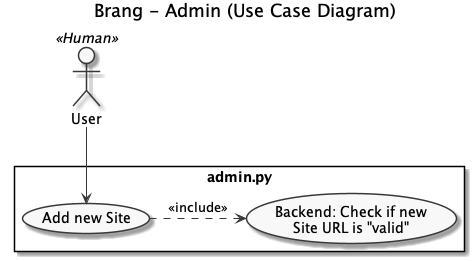
Above: docs/images/use_case_diagram_human.png in DirkSchaefer/brang (PlantUML), before the change. The source it was exported from:
```plantuml
@startuml
title Brang - Admin (Use Case Diagram)
skinparam monochrome true

actor User <<Human>>

rectangle admin.py {
User --> (Add new Site)
(Add new Site) .right.> (Backend: Check if new \nSite URL is "valid") : <<include>>
}
@enduml
```
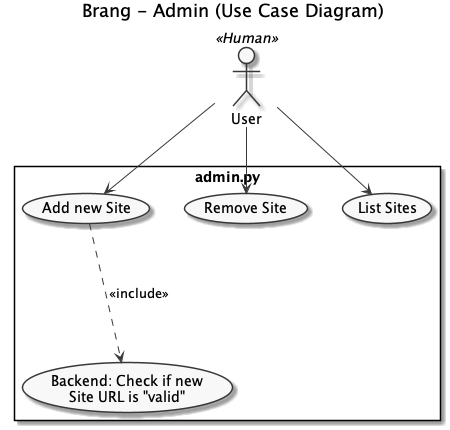
The same diagram one commit later.

What changed in the source:
```diff
@@ -6,6 +6,8 @@
 
 rectangle admin.py {
 User --> (Add new Site)
-(Add new Site) .right.> (Backend: Check if new \nSite URL is "valid") : <<include>>
+(Add new Site) .down.> (Backend: Check if new \nSite URL is "valid") : <<include>>
+User --> (Remove Site)
+User --> (List Sites)
 }
 @enduml
```
